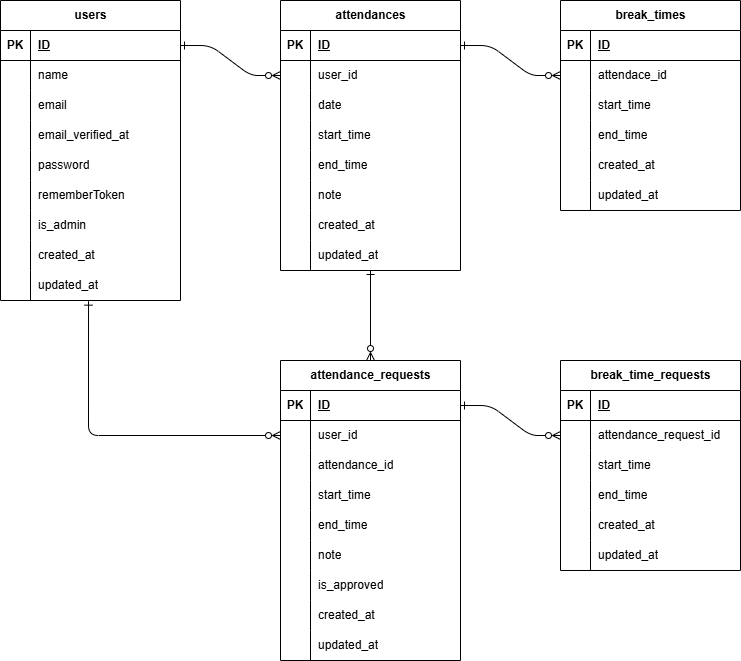
This is er.drawio.png from hiyo1925fiore/Coachtech-AttendanceManagement, a draw.io export, as it was before one commit. Source tidied: cells renumbered, new cells last; positions are measured from the earlier drawing's top-left corner, leaving out a move shared by most shapes.
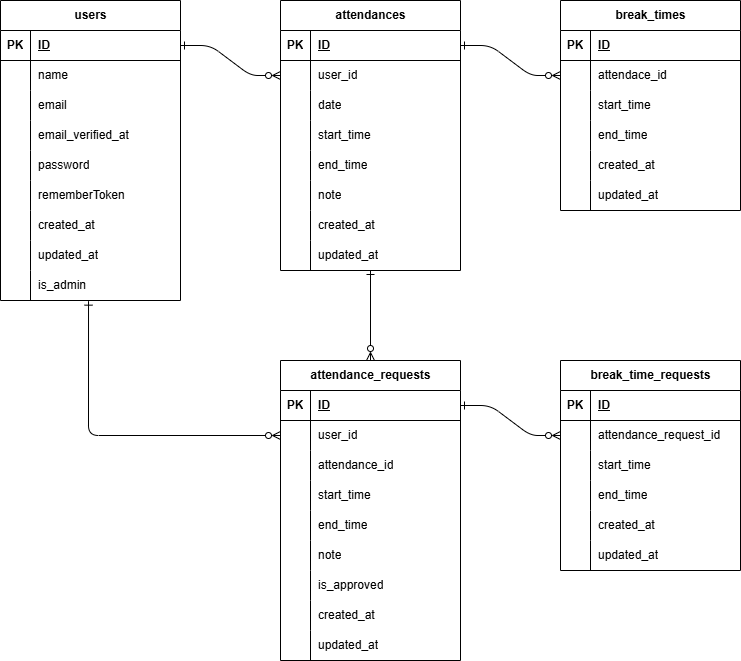
After the change.

Change to the diagram source:
```diff
@@ -65,7 +65,7 @@
     <mxCell id="22" style="shape=partialRectangle;fillColor=none;top=0;left=0;bottom=0;right=0;overflow=hidden;whiteSpace=wrap;html=1;" parent="21" vertex="1">
       <mxGeometry width="30" height="30" as="geometry" />
     </mxCell>
-    <mxCell id="23" value="is_admin" style="shape=partialRectangle;fillColor=none;top=0;left=0;bottom=0;right=0;align=left;spacingLeft=6;overflow=hidden;whiteSpace=wrap;html=1;" parent="21" vertex="1">
+    <mxCell id="23" value="&lt;span style=&quot;color: rgb(0, 0, 0);&quot;&gt;created_at&lt;/span&gt;" style="shape=partialRectangle;fillColor=none;top=0;left=0;bottom=0;right=0;align=left;spacingLeft=6;overflow=hidden;whiteSpace=wrap;html=1;" parent="21" vertex="1">
       <mxGeometry x="30" width="150" height="30" as="geometry" />
     </mxCell>
     <mxCell id="24" style="shape=tableRow;horizontal=0;startSize=0;swimlaneHead=0;swimlaneBody=0;fillColor=none;top=0;left=0;right=0;bottom=0;" parent="2" vertex="1">
@@ -74,7 +74,7 @@
     <mxCell id="25" style="shape=partialRectangle;fillColor=none;top=0;left=0;bottom=0;right=0;overflow=hidden;whiteSpace=wrap;html=1;" parent="24" vertex="1">
       <mxGeometry width="30" height="30" as="geometry" />
     </mxCell>
-    <mxCell id="26" value="created_at" style="shape=partialRectangle;fillColor=none;top=0;left=0;bottom=0;right=0;align=left;spacingLeft=6;overflow=hidden;whiteSpace=wrap;html=1;" parent="24" vertex="1">
+    <mxCell id="26" value="&lt;span style=&quot;color: rgb(0, 0, 0);&quot;&gt;updated_at&lt;/span&gt;" style="shape=partialRectangle;fillColor=none;top=0;left=0;bottom=0;right=0;align=left;spacingLeft=6;overflow=hidden;whiteSpace=wrap;html=1;" parent="24" vertex="1">
       <mxGeometry x="30" width="150" height="30" as="geometry" />
     </mxCell>
     <mxCell id="27" style="shape=tableRow;horizontal=0;startSize=0;swimlaneHead=0;swimlaneBody=0;fillColor=none;points=[[0,0.5],[1,0.5]];portConstraint=eastwest;top=0;left=0;right=0;bottom=0;" parent="2" vertex="1">
@@ -83,7 +83,7 @@
     <mxCell id="28" style="shape=partialRectangle;fillColor=none;top=0;left=0;bottom=0;right=0;overflow=hidden;whiteSpace=wrap;html=1;" parent="27" vertex="1">
       <mxGeometry width="30" height="30" as="geometry" />
     </mxCell>
-    <mxCell id="29" value="updated_at" style="shape=partialRectangle;fillColor=none;top=0;left=0;bottom=0;right=0;align=left;spacingLeft=6;overflow=hidden;whiteSpace=wrap;html=1;" parent="27" vertex="1">
+    <mxCell id="29" value="is_admin" style="shape=partialRectangle;fillColor=none;top=0;left=0;bottom=0;right=0;align=left;spacingLeft=6;overflow=hidden;whiteSpace=wrap;html=1;" parent="27" vertex="1">
       <mxGeometry x="30" width="150" height="30" as="geometry" />
     </mxCell>
     <mxCell id="30" value="attendances" style="shape=table;startSize=30;rowLines=0;fontStyle=1;align=center;html=1;" parent="1" vertex="1">
```
